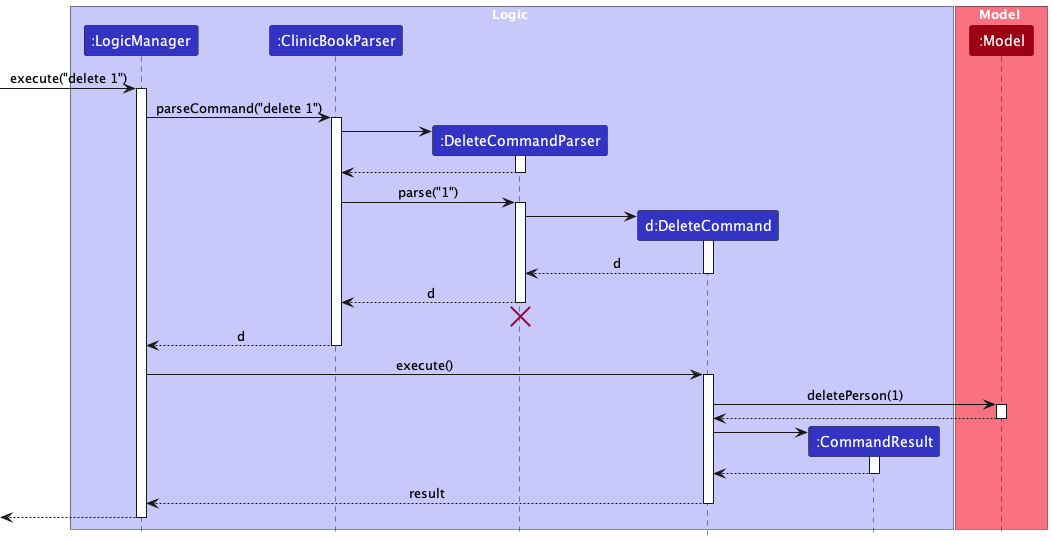
pangyyen/tp keeps this PlantUML diagram as docs/images/DeleteSequenceDiagram.png. Above is the earlier version. Source of this version:
```plantuml
@startuml
!include style.puml
skinparam ArrowFontStyle plain

box Logic LOGIC_COLOR_T1
participant ":LogicManager" as LogicManager LOGIC_COLOR
participant ":ClinicBookParser" as ClinicBookParser LOGIC_COLOR
participant ":DeleteCommandParser" as DeleteCommandParser LOGIC_COLOR
participant "d:DeleteCommand" as DeleteCommand LOGIC_COLOR
participant ":CommandResult" as CommandResult LOGIC_COLOR
end box

box Model MODEL_COLOR_T1
participant ":Model" as Model MODEL_COLOR
end box

[-> LogicManager : execute("delete 1")
activate LogicManager

LogicManager -> ClinicBookParser : parseCommand("delete 1")
activate ClinicBookParser

create DeleteCommandParser
ClinicBookParser -> DeleteCommandParser
activate DeleteCommandParser

DeleteCommandParser --> ClinicBookParser
deactivate DeleteCommandParser

ClinicBookParser -> DeleteCommandParser : parse("1")
activate DeleteCommandParser

create DeleteCommand
DeleteCommandParser -> DeleteCommand
activate DeleteCommand

DeleteCommand --> DeleteCommandParser : d
deactivate DeleteCommand

DeleteCommandParser --> ClinicBookParser : d
deactivate DeleteCommandParser
DeleteCommandParser -[hidden]-> ClinicBookParser
destroy DeleteCommandParser

ClinicBookParser --> LogicManager : d
deactivate ClinicBookParser

LogicManager -> DeleteCommand : execute()
activate DeleteCommand

DeleteCommand -> Model : deletePerson(1)
activate Model

Model --> DeleteCommand
deactivate Model

create CommandResult
DeleteCommand -> CommandResult
activate CommandResult

CommandResult --> DeleteCommand
deactivate CommandResult

DeleteCommand --> LogicManager : result
deactivate DeleteCommand

[<--LogicManager
deactivate LogicManager
@enduml
```
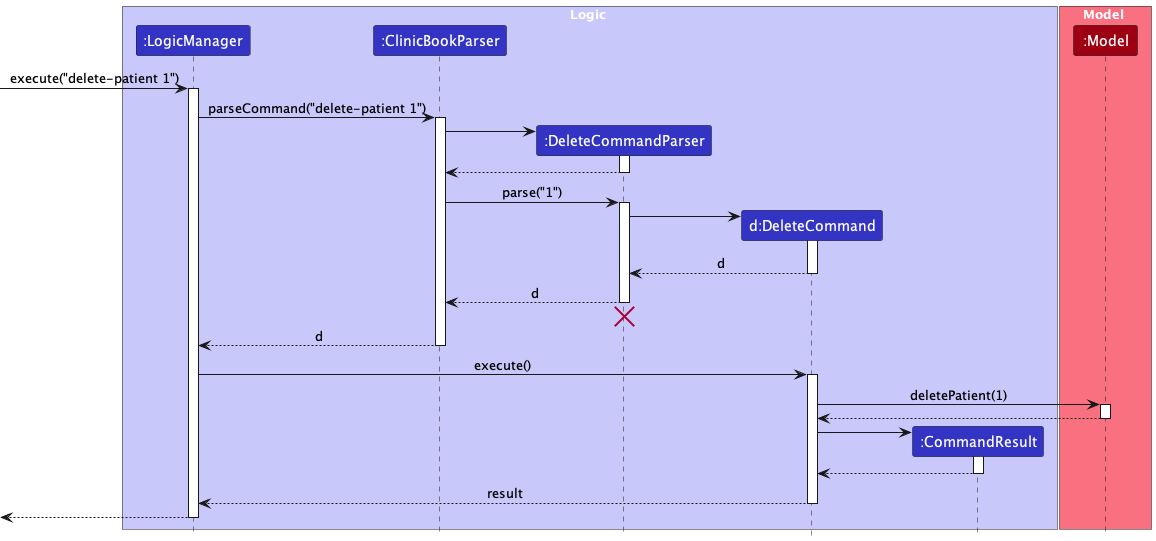
Above is the later version.

The edit, as a diff of the source:
```diff
@@ -14,10 +14,10 @@
 participant ":Model" as Model MODEL_COLOR
 end box
 
-[-> LogicManager : execute("delete 1")
+[-> LogicManager : execute("delete-patient 1")
 activate LogicManager
 
-LogicManager -> ClinicBookParser : parseCommand("delete 1")
+LogicManager -> ClinicBookParser : parseCommand("delete-patient 1")
 activate ClinicBookParser
 
 create DeleteCommandParser
@@ -48,7 +48,7 @@
 LogicManager -> DeleteCommand : execute()
 activate DeleteCommand
 
-DeleteCommand -> Model : deletePerson(1)
+DeleteCommand -> Model : deletePatient(1)
 activate Model
 
 Model --> DeleteCommand
```
